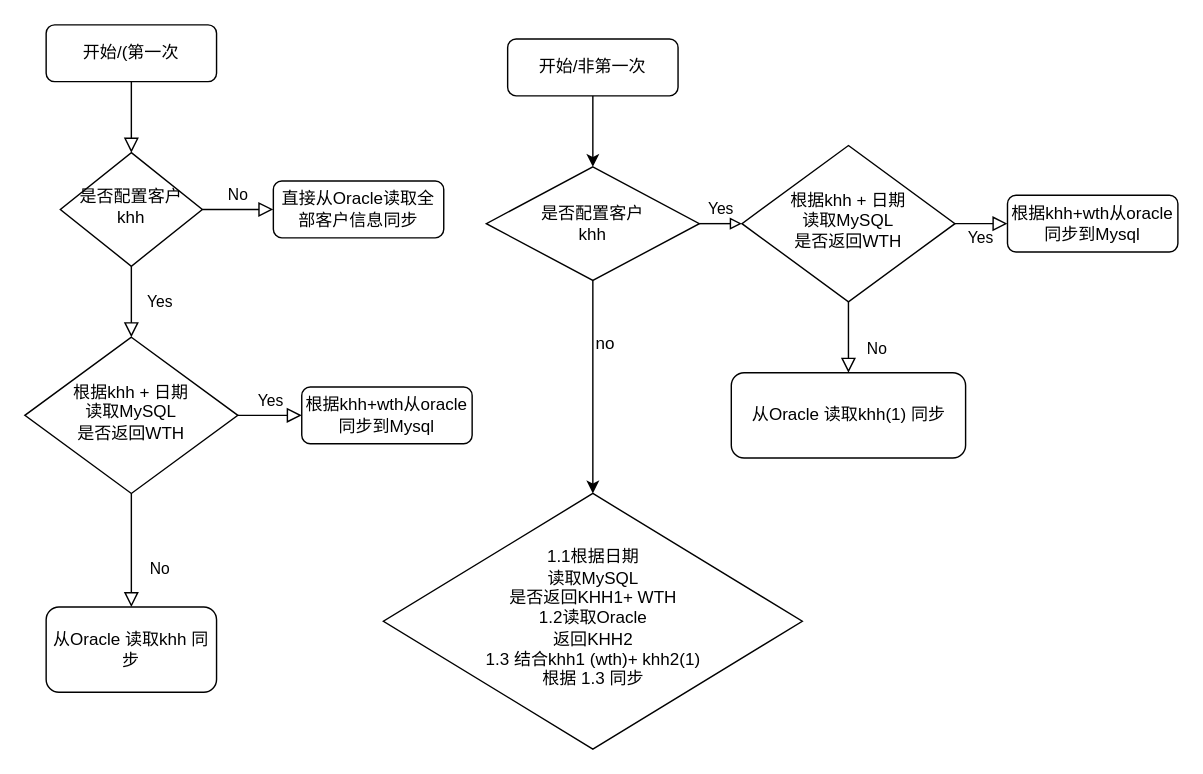
Above: resources/Untitled Diagram.drawio in ccccqyc/small.github.io (draw.io), before the change. Source tidied: cells renumbered, new cells numbered last; positions are measured from the earlier drawing's top-left corner, leaving out a move shared by most shapes. Both pictures are drawn from the tidied source at 142%, with x=0, y=0 at pixel (24, 24).
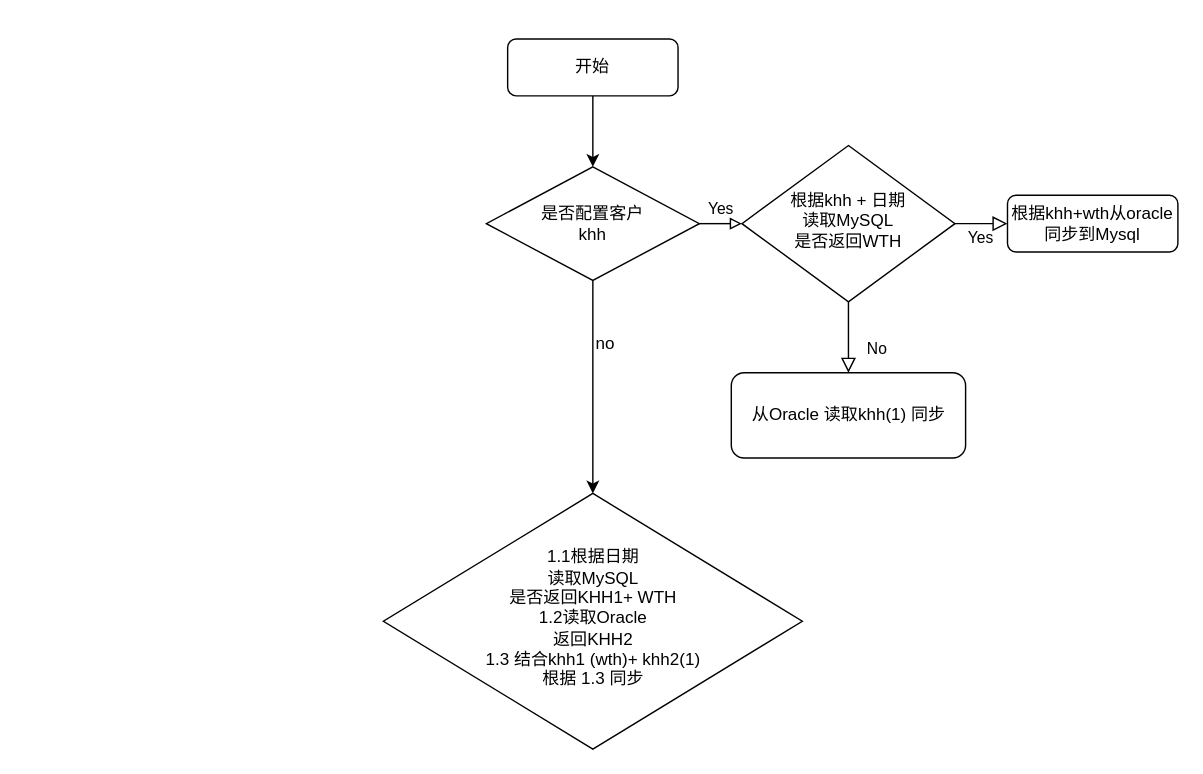
The same diagram, later.

What changed in the source:
```diff
@@
-    <mxCell id="2" style="rounded=0;html=1;jettySize=auto;fontSize=11;endArrow=block;endFill=0;endSize=8;strokeWidth=1;shadow=0;labelBackgroundColor=none;edgeStyle=orthogonalEdgeStyle;" parent="1" edge="1" source="3" target="6">
-      <mxGeometry relative="1" as="geometry" />
-    </mxCell>
-    <mxCell id="3" value="开始/(第一次" style="rounded=1;whiteSpace=wrap;html=1;fontSize=12;glass=0;strokeWidth=1;shadow=0;" parent="1" vertex="1">
-      <mxGeometry x="15" width="120" height="40" as="geometry" />
-    </mxCell>
-    <mxCell id="4" value="Yes" style="rounded=0;html=1;jettySize=auto;fontSize=11;endArrow=block;endFill=0;endSize=8;strokeWidth=1;shadow=0;labelBackgroundColor=none;edgeStyle=orthogonalEdgeStyle;" parent="1" edge="1" source="6" target="10">
-      <mxGeometry y="20" relative="1" as="geometry" />
-    </mxCell>
-    <mxCell id="5" value="No" style="edgeStyle=orthogonalEdgeStyle;rounded=0;html=1;jettySize=auto;fontSize=11;endArrow=block;endFill=0;endSize=8;strokeWidth=1;shadow=0;labelBackgroundColor=none;" parent="1" edge="1" source="6" target="7">
-      <mxGeometry y="10" relative="1" as="geometry" />
-    </mxCell>
-    <mxCell id="6" value="&lt;div&gt;是否配置客户&lt;/div&gt;&lt;div&gt;khh&lt;br&gt;&lt;/div&gt;" style="rhombus;whiteSpace=wrap;html=1;shadow=0;fontFamily=Helvetica;fontSize=12;align=center;strokeWidth=1;spacing=6;spacingTop=-4;" parent="1" vertex="1">
-      <mxGeometry x="25" y="90" width="100" height="80" as="geometry" />
-    </mxCell>
-    <mxCell id="7" value="直接从Oracle读取全部客户信息同步" style="rounded=1;whiteSpace=wrap;html=1;fontSize=12;glass=0;strokeWidth=1;shadow=0;" parent="1" vertex="1">
-      <mxGeometry x="175" y="110" width="120" height="40" as="geometry" />
-    </mxCell>
-    <mxCell id="8" value="No" style="rounded=0;html=1;jettySize=auto;fontSize=11;endArrow=block;endFill=0;endSize=8;strokeWidth=1;shadow=0;labelBackgroundColor=none;edgeStyle=orthogonalEdgeStyle;" parent="1" edge="1" source="10" target="11">
-      <mxGeometry x="0.33" y="20" relative="1" as="geometry" />
-    </mxCell>
-    <mxCell id="9" value="Yes" style="edgeStyle=orthogonalEdgeStyle;rounded=0;html=1;jettySize=auto;fontSize=11;endArrow=block;endFill=0;endSize=8;strokeWidth=1;shadow=0;labelBackgroundColor=none;" parent="1" edge="1" source="10" target="12">
-      <mxGeometry y="10" relative="1" as="geometry" />
-    </mxCell>
-    <mxCell id="10" value="根据khh + 日期&lt;br&gt;&lt;div&gt;读取MySQL&lt;/div&gt;&lt;div&gt;是否返回WTH&lt;/div&gt;" style="rhombus;whiteSpace=wrap;html=1;shadow=0;fontFamily=Helvetica;fontSize=12;align=center;strokeWidth=1;spacing=6;spacingTop=-4;" parent="1" vertex="1">
-      <mxGeometry y="220" width="150" height="110" as="geometry" />
-    </mxCell>
-    <mxCell id="11" value="从Oracle 读取khh 同步" style="rounded=1;whiteSpace=wrap;html=1;fontSize=12;glass=0;strokeWidth=1;shadow=0;" parent="1" vertex="1">
-      <mxGeometry x="15" y="410" width="120" height="60" as="geometry" />
-    </mxCell>
-    <mxCell id="12" value="根据khh+wth从oracle同步到Mysql" style="rounded=1;whiteSpace=wrap;html=1;fontSize=12;glass=0;strokeWidth=1;shadow=0;" parent="1" vertex="1">
-      <mxGeometry x="195" y="255" width="120" height="40" as="geometry" />
-    </mxCell>
@@
-    <mxCell id="14" value="&lt;div&gt;开始/非第一次&lt;/div&gt;" style="rounded=1;whiteSpace=wrap;html=1;" parent="1" vertex="1">
+    <mxCell id="14" value="&lt;div&gt;开始&lt;/div&gt;" style="rounded=1;whiteSpace=wrap;html=1;" parent="1" vertex="1">
       <mxGeometry x="340" y="10" width="120" height="40" as="geometry" />
     </mxCell>
```
